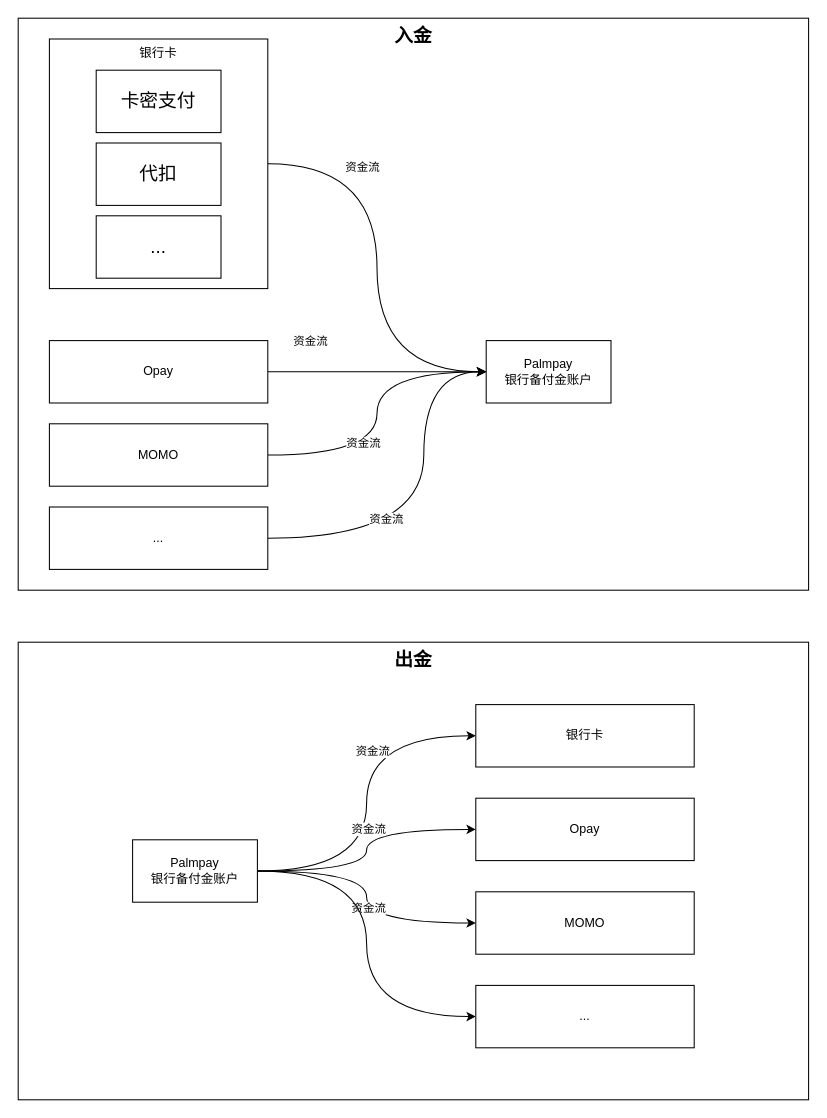
Earlier version of the draw.io diagram 出入金能力.drawio (catface996/images). Source tidied: cells renumbered, new cells numbered last; positions are measured from the earlier drawing's top-left corner, leaving out a move shared by most shapes. Both pictures are drawn from the tidied source at 104%, with x=0, y=0 at pixel (18, 18).
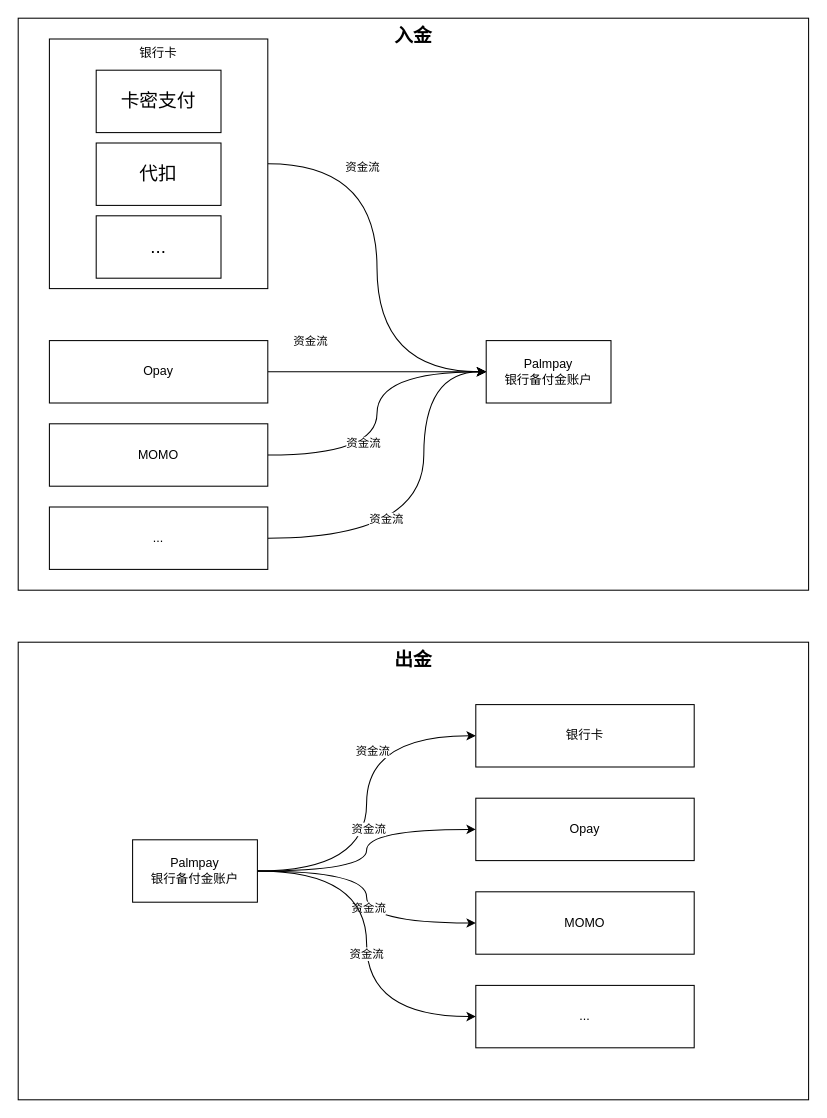
After the change.

Commit message (it also covers changes not shown here):
更新出入金能力.drawio

The change refers to these unchanged cells:
```xml
<mxCell id="25" style="edgeStyle=orthogonalEdgeStyle;curved=1;rounded=0;jettySize=auto;html=1;entryX=0;entryY=0.5;entryDx=0;entryDy=0;fontSize=11;" parent="1" edge="1" source="26" target="31">
  <mxGeometry relative="1" as="geometry" />
</mxCell>
```

Change to the diagram source:
```diff
@@
+    <mxCell id="32" value="资金流" style="edgeLabel;html=1;align=center;verticalAlign=middle;fontSize=11;" parent="25" vertex="1">
+      <mxGeometry x="0.05" y="-1" relative="1" as="geometry" />
+    </mxCell>
```
